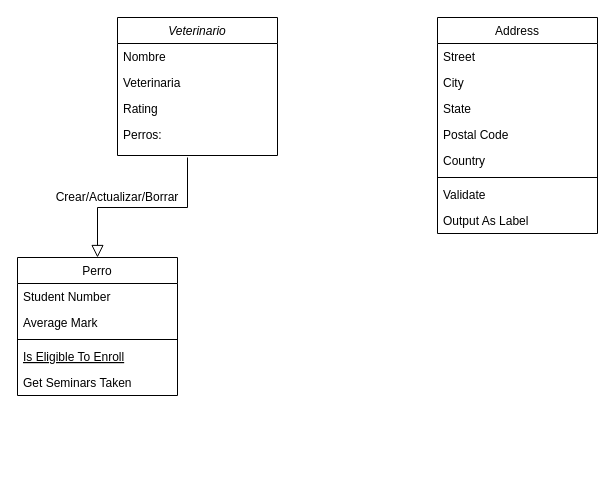
The draw.io diagram relacionusuarios.drawio in snlaight/fidopt-server, before the edit. Source tidied: cells renumbered, new cells numbered last; positions are measured from the earlier drawing's top-left corner, leaving out a move shared by most shapes. Both pictures are drawn from the tidied source at 100%, with x=0, y=0 at pixel (17, 17).
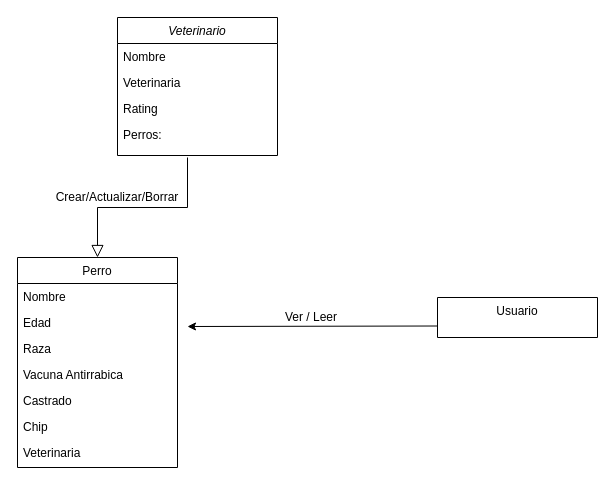
After the change.

Change to the diagram source:
```diff
@@
     <mxCell id="7" value="Perro" style="swimlane;fontStyle=0;align=center;verticalAlign=top;horizontal=1;startSize=26;rounded=0;shadow=0;strokeWidth=1;" parent="1" vertex="1">
-      <mxGeometry y="240" width="160" height="138" as="geometry" />
+      <mxGeometry y="240" width="160" height="210" as="geometry" />
     </mxCell>
-    <mxCell id="8" value="Student Number" style="text;align=left;verticalAlign=top;spacingLeft=4;spacingRight=4;overflow=hidden;" parent="7" vertex="1">
+    <mxCell id="8" value="Nombre" style="text;align=left;verticalAlign=top;spacingLeft=4;spacingRight=4;overflow=hidden;" parent="7" vertex="1">
       <mxGeometry y="26" width="160" height="26" as="geometry" />
     </mxCell>
-    <mxCell id="9" value="Average Mark" style="text;align=left;verticalAlign=top;spacingLeft=4;spacingRight=4;overflow=hidden;rounded=0;shadow=0;html=0;" parent="7" vertex="1">
+    <mxCell id="9" value="Edad" style="text;align=left;verticalAlign=top;spacingLeft=4;spacingRight=4;overflow=hidden;rounded=0;shadow=0;html=0;" parent="7" vertex="1">
       <mxGeometry y="52" width="160" height="26" as="geometry" />
     </mxCell>
-    <mxCell id="10" style="line;html=1;strokeWidth=1;align=left;verticalAlign=middle;spacingTop=-1;spacingLeft=3;spacingRight=3;labelPosition=right;" parent="7" vertex="1">
-      <mxGeometry y="78" width="160" height="8" as="geometry" />
-    </mxCell>
-    <mxCell id="11" value="Is Eligible To Enroll" style="text;align=left;verticalAlign=top;spacingLeft=4;spacingRight=4;overflow=hidden;fontStyle=4;" parent="7" vertex="1">
-      <mxGeometry y="86" width="160" height="26" as="geometry" />
-    </mxCell>
-    <mxCell id="12" value="Get Seminars Taken" style="text;align=left;verticalAlign=top;spacingLeft=4;spacingRight=4;overflow=hidden;" parent="7" vertex="1">
-      <mxGeometry y="112" width="160" height="26" as="geometry" />
-    </mxCell>
+    <mxCell id="24" value="Raza" style="text;align=left;verticalAlign=top;spacingLeft=4;spacingRight=4;overflow=hidden;rounded=0;shadow=0;html=0;" parent="7" vertex="1">
+      <mxGeometry y="78" width="160" height="26" as="geometry" />
+    </mxCell>
+    <mxCell id="25" value="Vacuna Antirrabica" style="text;align=left;verticalAlign=top;spacingLeft=4;spacingRight=4;overflow=hidden;rounded=0;shadow=0;html=0;" parent="7" vertex="1">
+      <mxGeometry y="104" width="160" height="26" as="geometry" />
+    </mxCell>
+    <mxCell id="26" value="Castrado" style="text;align=left;verticalAlign=top;spacingLeft=4;spacingRight=4;overflow=hidden;rounded=0;shadow=0;html=0;" parent="7" vertex="1">
+      <mxGeometry y="130" width="160" height="26" as="geometry" />
+    </mxCell>
+    <mxCell id="27" value="Chip" style="text;align=left;verticalAlign=top;spacingLeft=4;spacingRight=4;overflow=hidden;rounded=0;shadow=0;html=0;" parent="7" vertex="1">
+      <mxGeometry y="156" width="160" height="26" as="geometry" />
+    </mxCell>
+    <mxCell id="28" value="Veterinaria" style="text;align=left;verticalAlign=top;spacingLeft=4;spacingRight=4;overflow=hidden;rounded=0;shadow=0;html=0;" parent="7" vertex="1">
+      <mxGeometry y="182" width="160" height="26" as="geometry" />
+    </mxCell>
@@
-    <mxCell id="14" value="Address" style="swimlane;fontStyle=0;align=center;verticalAlign=top;horizontal=1;startSize=26;rounded=0;shadow=0;strokeWidth=1;" parent="1" vertex="1">
-      <mxGeometry x="420" width="160" height="216" as="geometry" />
+    <mxCell id="14" value="Usuario" style="swimlane;fontStyle=0;align=center;verticalAlign=top;horizontal=1;startSize=40;rounded=0;shadow=0;strokeWidth=1;" parent="1" vertex="1">
+      <mxGeometry x="420" y="280" width="160" height="40" as="geometry" />
     </mxCell>
-    <mxCell id="15" value="Street" style="text;align=left;verticalAlign=top;spacingLeft=4;spacingRight=4;overflow=hidden;" parent="14" vertex="1">
-      <mxGeometry y="26" width="160" height="26" as="geometry" />
-    </mxCell>
-    <mxCell id="16" value="City" style="text;align=left;verticalAlign=top;spacingLeft=4;spacingRight=4;overflow=hidden;rounded=0;shadow=0;html=0;" parent="14" vertex="1">
-      <mxGeometry y="52" width="160" height="26" as="geometry" />
-    </mxCell>
-    <mxCell id="17" value="State" style="text;align=left;verticalAlign=top;spacingLeft=4;spacingRight=4;overflow=hidden;rounded=0;shadow=0;html=0;" parent="14" vertex="1">
-      <mxGeometry y="78" width="160" height="26" as="geometry" />
-    </mxCell>
-    <mxCell id="18" value="Postal Code" style="text;align=left;verticalAlign=top;spacingLeft=4;spacingRight=4;overflow=hidden;rounded=0;shadow=0;html=0;" parent="14" vertex="1">
-      <mxGeometry y="104" width="160" height="26" as="geometry" />
-    </mxCell>
-    <mxCell id="19" value="Country" style="text;align=left;verticalAlign=top;spacingLeft=4;spacingRight=4;overflow=hidden;rounded=0;shadow=0;html=0;" parent="14" vertex="1">
-      <mxGeometry y="130" width="160" height="26" as="geometry" />
-    </mxCell>
-    <mxCell id="20" style="line;html=1;strokeWidth=1;align=left;verticalAlign=middle;spacingTop=-1;spacingLeft=3;spacingRight=3;labelPosition=right;" parent="14" vertex="1">
-      <mxGeometry y="156" width="160" height="8" as="geometry" />
-    </mxCell>
-    <mxCell id="21" value="Validate" style="text;align=left;verticalAlign=top;spacingLeft=4;spacingRight=4;overflow=hidden;" parent="14" vertex="1">
-      <mxGeometry y="164" width="160" height="26" as="geometry" />
-    </mxCell>
-    <mxCell id="22" value="Output As Label" style="text;align=left;verticalAlign=top;spacingLeft=4;spacingRight=4;overflow=hidden;" parent="14" vertex="1">
-      <mxGeometry y="190" width="160" height="26" as="geometry" />
-    </mxCell>
@@
+    <mxCell id="29" style="endArrow=classic;html=1;" parent="1" edge="1">
+      <mxGeometry relative="1" as="geometry">
+        <mxPoint x="420" y="308.5" as="sourcePoint" />
+        <mxPoint x="170" y="309" as="targetPoint" />
+      </mxGeometry>
+    </mxCell>
+    <mxCell id="30" value="Ver / Leer" style="text;html=1;strokeColor=none;fillColor=none;align=center;verticalAlign=middle;whiteSpace=wrap;rounded=0;" parent="1" vertex="1">
+      <mxGeometry x="229" y="290" width="130" height="20" as="geometry" />
+    </mxCell>
```
